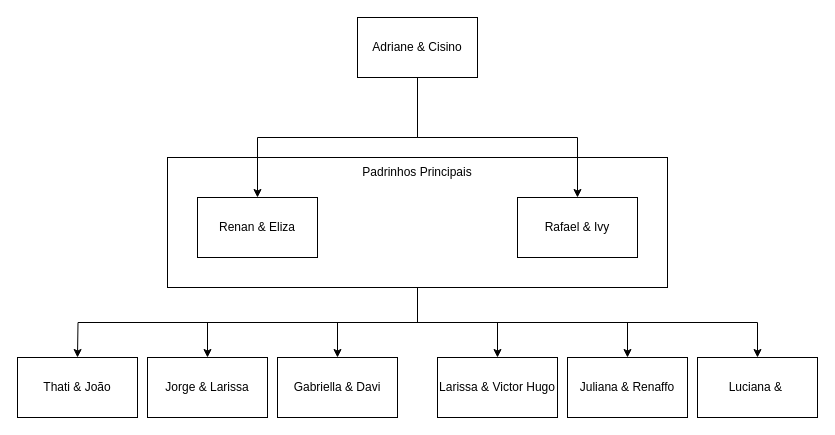
CisinoJr/our-wedding keeps this draw.io diagram as organization.drawio. Above is the earlier version. Source tidied: cells renumbered, new cells numbered last; positions are measured from the earlier drawing's top-left corner, leaving out a move shared by most shapes. Both pictures are drawn from the tidied source at 100%, with x=0, y=0 at pixel (17, 17).
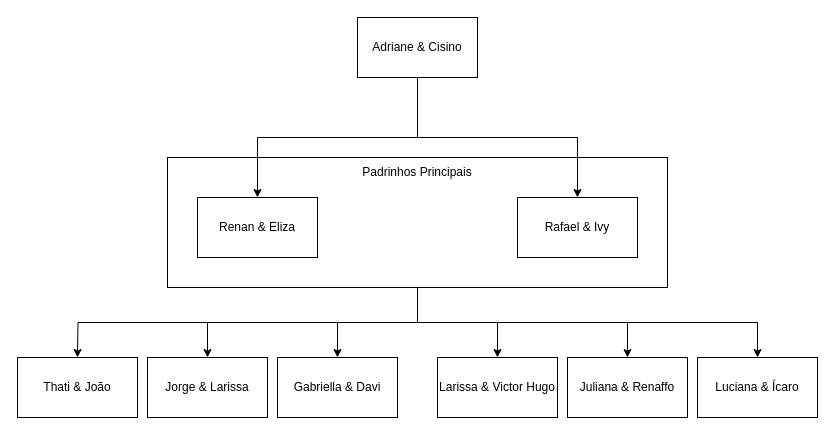
The same diagram, later.

Commit message:
Add Luciana's pair organization.drawio

What changed in the source:
```diff
@@
-    <mxCell id="18" value="Luciana &amp;amp;&amp;nbsp;" style="whiteSpace=wrap;html=1;rounded=0;" parent="1" vertex="1">
+    <mxCell id="18" value="Luciana &amp;amp; Ícaro" style="whiteSpace=wrap;html=1;rounded=0;" parent="1" vertex="1">
       <mxGeometry x="680" y="340" width="120" height="60" as="geometry" />
     </mxCell>
```
